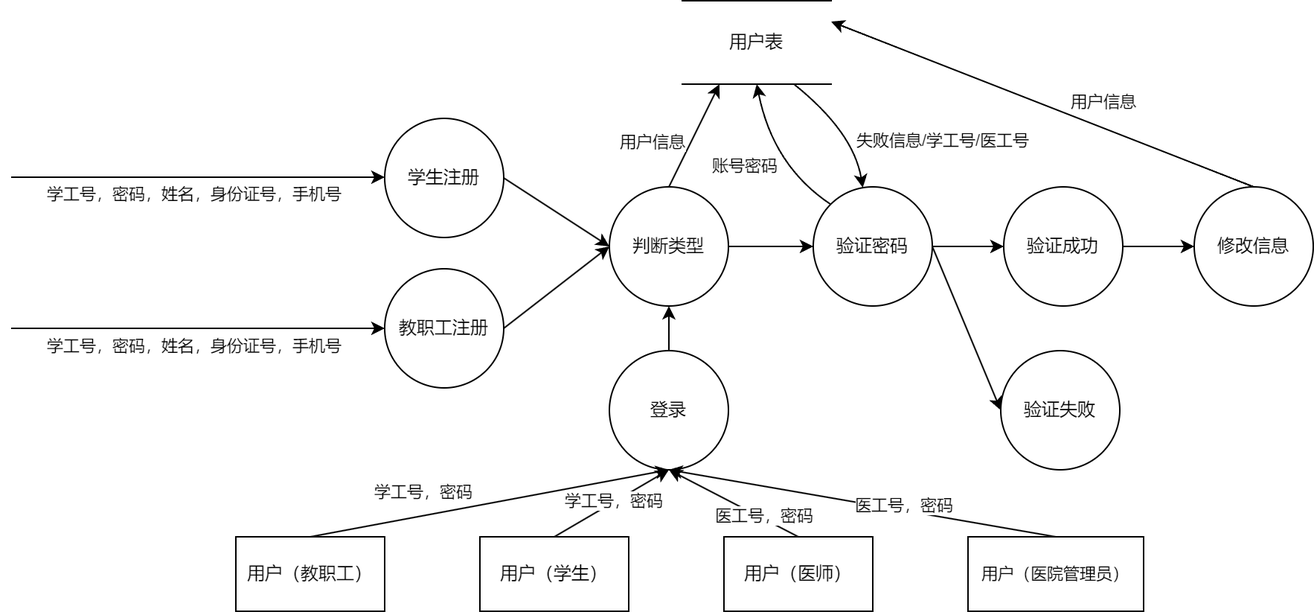
This is docs/系统设计报告/images/user_dataflow.png from Meng-XuanYu/Medical_System, a draw.io export, as it was before one commit. Source tidied: cells renumbered, new cells last; positions are measured from the earlier drawing's top-left corner, leaving out a move shared by most shapes.
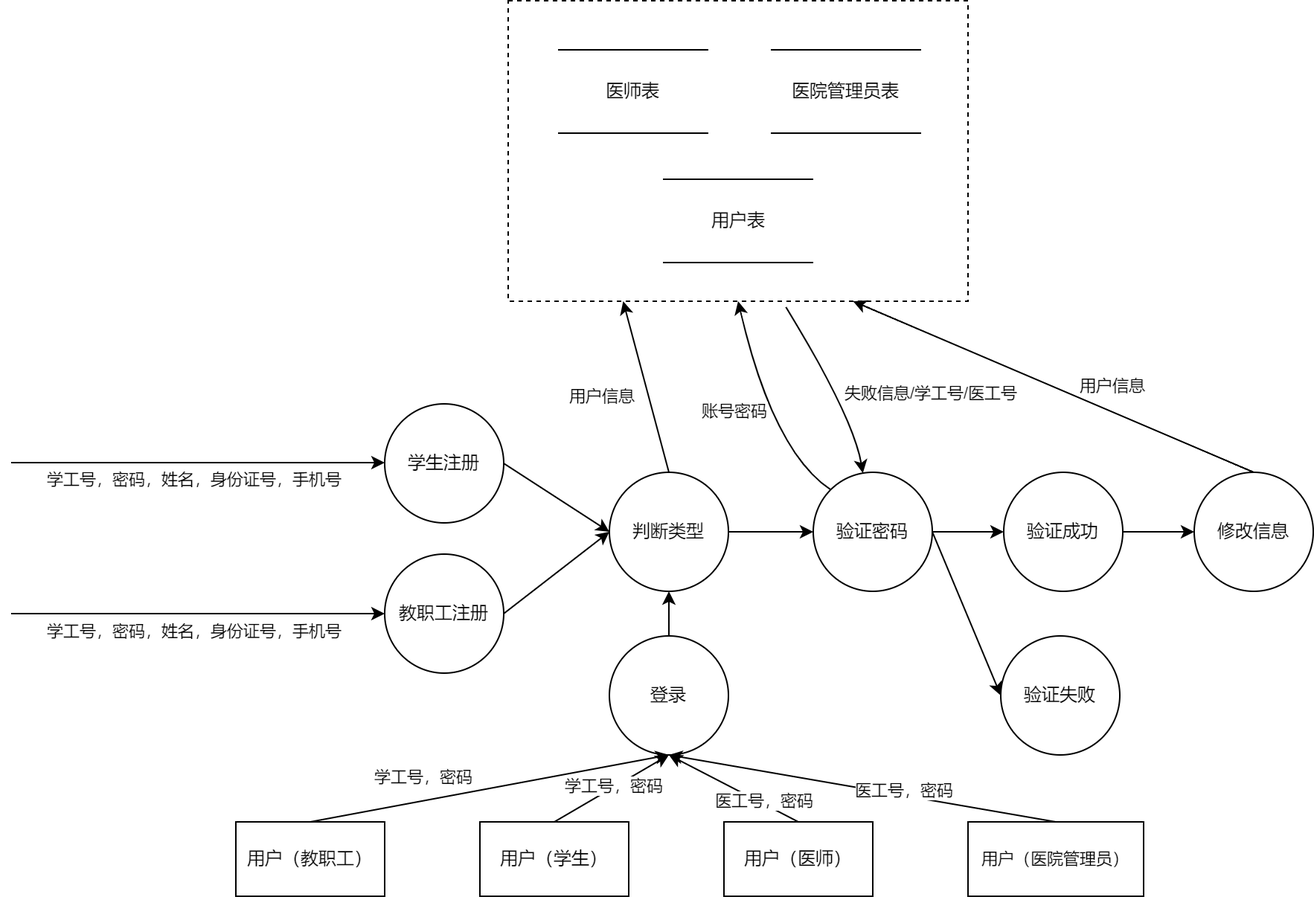
The same file after the commit.

Commit message:
Update documentation with data flow diagrams and element tables

What changed in the source:
```diff
@@ -2,6 +2,9 @@
   <root>
     <mxCell id="0" />
     <mxCell id="1" parent="0" />
+    <mxCell id="43" style="rounded=0;whiteSpace=wrap;html=1;dashed=1;" parent="1" vertex="1">
+      <mxGeometry x="334" y="-192" width="309" height="202" as="geometry" />
+    </mxCell>
     <mxCell id="2" style="edgeStyle=none;shape=connector;rounded=0;jettySize=auto;html=1;exitX=0.5;exitY=0;exitDx=0;exitDy=0;entryX=0.5;entryY=1;entryDx=0;entryDy=0;strokeColor=default;align=center;verticalAlign=middle;fontFamily=Helvetica;fontSize=11;fontColor=default;labelBackgroundColor=default;endArrow=classic;" parent="1" edge="1" source="3" target="20">
       <mxGeometry relative="1" as="geometry" />
     </mxCell>
@@ -14,7 +17,7 @@
     <mxCell id="5" value="教职工注册" style="ellipse;whiteSpace=wrap;html=1;" parent="1" vertex="1">
       <mxGeometry x="251" y="180" width="80" height="80" as="geometry" />
     </mxCell>
-    <mxCell id="6" style="edgeStyle=none;shape=connector;rounded=0;jettySize=auto;html=1;exitX=0.5;exitY=0;exitDx=0;exitDy=0;entryX=1;entryY=0.25;entryDx=0;entryDy=0;strokeColor=default;align=center;verticalAlign=middle;fontFamily=Helvetica;fontSize=11;fontColor=default;labelBackgroundColor=default;endArrow=classic;curved=1;" parent="1" edge="1" source="8" target="11">
+    <mxCell id="6" style="edgeStyle=none;shape=connector;rounded=0;jettySize=auto;html=1;exitX=0.5;exitY=0;exitDx=0;exitDy=0;entryX=0.75;entryY=1;entryDx=0;entryDy=0;strokeColor=default;align=center;verticalAlign=middle;fontFamily=Helvetica;fontSize=11;fontColor=default;labelBackgroundColor=default;endArrow=classic;curved=1;" parent="1" edge="1" source="8" target="43">
       <mxGeometry relative="1" as="geometry" />
     </mxCell>
     <mxCell id="7" value="用户信息" style="edgeLabel;html=1;align=center;verticalAlign=middle;fontFamily=Helvetica;fontSize=11;fontColor=default;labelBackgroundColor=default;" parent="6" vertex="1">
@@ -25,7 +28,7 @@
     <mxCell id="8" value="修改信息" style="ellipse;whiteSpace=wrap;html=1;" parent="1" vertex="1">
       <mxGeometry x="795" y="125" width="80" height="80" as="geometry" />
     </mxCell>
-    <mxCell id="9" style="edgeStyle=none;shape=connector;curved=1;rounded=0;jettySize=auto;html=1;exitX=0.75;exitY=1;exitDx=0;exitDy=0;strokeColor=default;align=center;verticalAlign=middle;fontFamily=Helvetica;fontSize=11;fontColor=default;labelBackgroundColor=default;endArrow=classic;" parent="1" edge="1" source="11" target="26">
+    <mxCell id="9" style="edgeStyle=none;shape=connector;curved=1;rounded=0;jettySize=auto;html=1;exitX=0.604;exitY=1.02;exitDx=0;exitDy=0;strokeColor=default;align=center;verticalAlign=middle;fontFamily=Helvetica;fontSize=11;fontColor=default;labelBackgroundColor=default;endArrow=classic;exitPerimeter=0;" parent="1" edge="1" source="43" target="26">
       <mxGeometry relative="1" as="geometry">
         <Array as="points">
           <mxPoint x="566" y="88" />
@@ -37,9 +40,6 @@
         <mxPoint x="71" y="15" as="offset" />
       </mxGeometry>
     </mxCell>
-    <mxCell id="11" value="用户表" style="html=1;dashed=0;whiteSpace=wrap;shape=partialRectangle;right=0;left=0;" parent="1" vertex="1">
-      <mxGeometry x="451" width="100" height="56" as="geometry" />
-    </mxCell>
     <mxCell id="12" style="endArrow=classic;html=1;rounded=0;entryX=0;entryY=0.5;entryDx=0;entryDy=0;" parent="1" edge="1" target="5">
       <mxGeometry relative="1" as="geometry">
         <mxPoint y="220" as="sourcePoint" />
@@ -67,7 +67,7 @@
         <mxPoint x="19" y="14" as="offset" />
       </mxGeometry>
     </mxCell>
-    <mxCell id="17" style="edgeStyle=none;shape=connector;rounded=0;jettySize=auto;html=1;exitX=0.5;exitY=0;exitDx=0;exitDy=0;entryX=0.25;entryY=1;entryDx=0;entryDy=0;strokeColor=default;align=center;verticalAlign=middle;fontFamily=Helvetica;fontSize=11;fontColor=default;labelBackgroundColor=default;endArrow=classic;" parent="1" edge="1" source="20" target="11">
+    <mxCell id="17" style="edgeStyle=none;shape=connector;rounded=0;jettySize=auto;html=1;exitX=0.5;exitY=0;exitDx=0;exitDy=0;entryX=0.25;entryY=1;entryDx=0;entryDy=0;strokeColor=default;align=center;verticalAlign=middle;fontFamily=Helvetica;fontSize=11;fontColor=default;labelBackgroundColor=default;endArrow=classic;" parent="1" edge="1" source="20" target="43">
       <mxGeometry relative="1" as="geometry" />
     </mxCell>
     <mxCell id="18" value="用户信息" style="edgeLabel;html=1;align=center;verticalAlign=middle;fontFamily=Helvetica;fontSize=11;fontColor=default;labelBackgroundColor=default;" parent="17" vertex="1">
@@ -84,7 +84,7 @@
     <mxCell id="21" style="endArrow=classic;html=1;rounded=0;exitX=1;exitY=0.5;exitDx=0;exitDy=0;entryX=0;entryY=0.5;entryDx=0;entryDy=0;" parent="1" edge="1" source="14" target="20">
       <mxGeometry relative="1" as="geometry" />
     </mxCell>
-    <mxCell id="22" style="edgeStyle=none;shape=connector;rounded=0;jettySize=auto;html=1;exitX=0;exitY=0;exitDx=0;exitDy=0;entryX=0.5;entryY=1;entryDx=0;entryDy=0;strokeColor=default;align=center;verticalAlign=middle;fontFamily=Helvetica;fontSize=11;fontColor=default;labelBackgroundColor=default;endArrow=classic;curved=1;" parent="1" edge="1" source="26" target="11">
+    <mxCell id="22" style="edgeStyle=none;shape=connector;rounded=0;jettySize=auto;html=1;exitX=0;exitY=0;exitDx=0;exitDy=0;entryX=0.5;entryY=1;entryDx=0;entryDy=0;strokeColor=default;align=center;verticalAlign=middle;fontFamily=Helvetica;fontSize=11;fontColor=default;labelBackgroundColor=default;endArrow=classic;curved=1;" parent="1" edge="1" source="26" target="43">
       <mxGeometry relative="1" as="geometry">
         <Array as="points">
           <mxPoint x="512" y="111" />
@@ -157,5 +157,14 @@
     <mxCell id="42" value="用户（医院管理员）" style="html=1;dashed=0;whiteSpace=wrap;fontFamily=Helvetica;fontSize=11;fontColor=default;labelBackgroundColor=default;" parent="1" vertex="1">
       <mxGeometry x="643" y="360" width="118" height="50" as="geometry" />
     </mxCell>
+    <mxCell id="44" value="医师表" style="html=1;dashed=0;whiteSpace=wrap;shape=partialRectangle;right=0;left=0;" parent="1" vertex="1">
+      <mxGeometry x="368" y="-159" width="100" height="56" as="geometry" />
+    </mxCell>
+    <mxCell id="45" value="医院管理员表" style="html=1;dashed=0;whiteSpace=wrap;shape=partialRectangle;right=0;left=0;" parent="1" vertex="1">
+      <mxGeometry x="511" y="-159" width="100" height="56" as="geometry" />
+    </mxCell>
+    <mxCell id="11" value="用户表" style="html=1;dashed=0;whiteSpace=wrap;shape=partialRectangle;right=0;left=0;" parent="1" vertex="1">
+      <mxGeometry x="438.5" y="-72" width="100" height="56" as="geometry" />
+    </mxCell>
   </root>
 </mxGraphModel>
```
